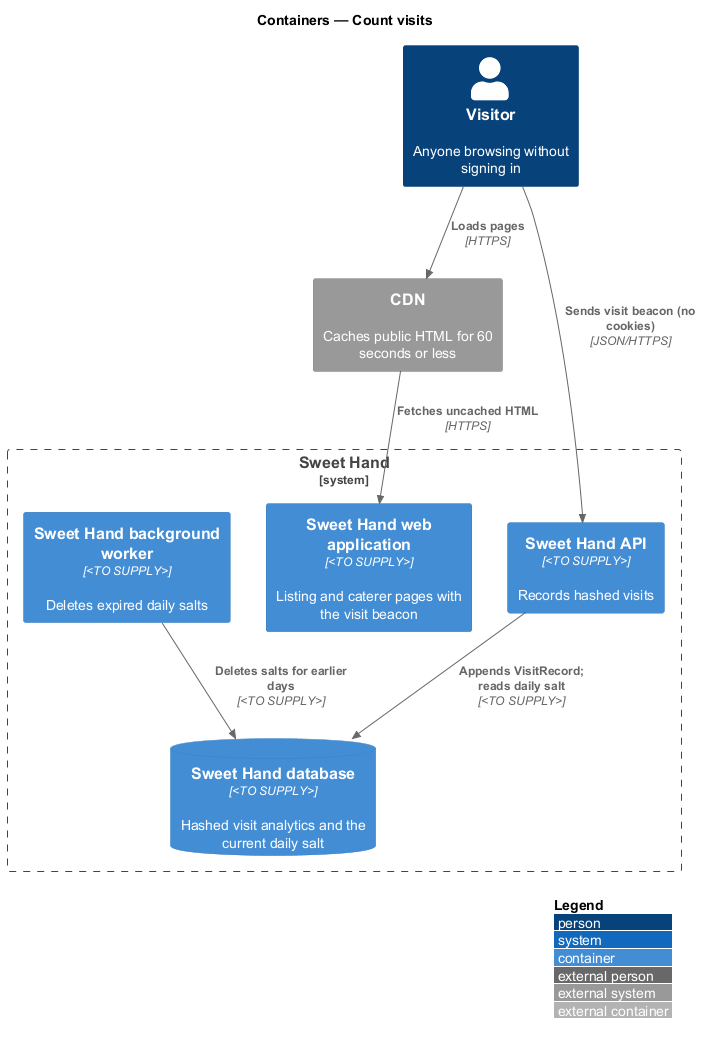
Before: docs/detailed-designs/metrics/count-visits/diagrams/c4-container.png, a diagram exported from PlantUML (QuinntyneBrown/sweet-hand). Its diagram source:
```plantuml
@startuml
!include <C4/C4_Container>
LAYOUT_WITH_LEGEND()
title Containers — Count visits

Person(visitor, "Visitor", "Anyone browsing without signing in")
System_Ext(cdn, "CDN", "Caches public HTML for 60 seconds or less")
System_Boundary(sweethand, "Sweet Hand") {
  Container(web, "Sweet Hand web application", "<TO SUPPLY>", "Listing and caterer pages with the visit beacon")
  Container(api, "Sweet Hand API", "<TO SUPPLY>", "Records hashed visits")
  ContainerDb(db, "Sweet Hand database", "<TO SUPPLY>", "Hashed visit analytics and the current daily salt")
  Container(worker, "Sweet Hand background worker", "<TO SUPPLY>", "Deletes expired daily salts")
}
Rel(visitor, cdn, "Loads pages", "HTTPS")
Rel(cdn, web, "Fetches uncached HTML", "HTTPS")
Rel(visitor, api, "Sends visit beacon (no cookies)", "JSON/HTTPS")
Rel(api, db, "Appends VisitRecord; reads daily salt", "<TO SUPPLY>")
Rel(worker, db, "Deletes salts for earlier days", "<TO SUPPLY>")
@enduml
```
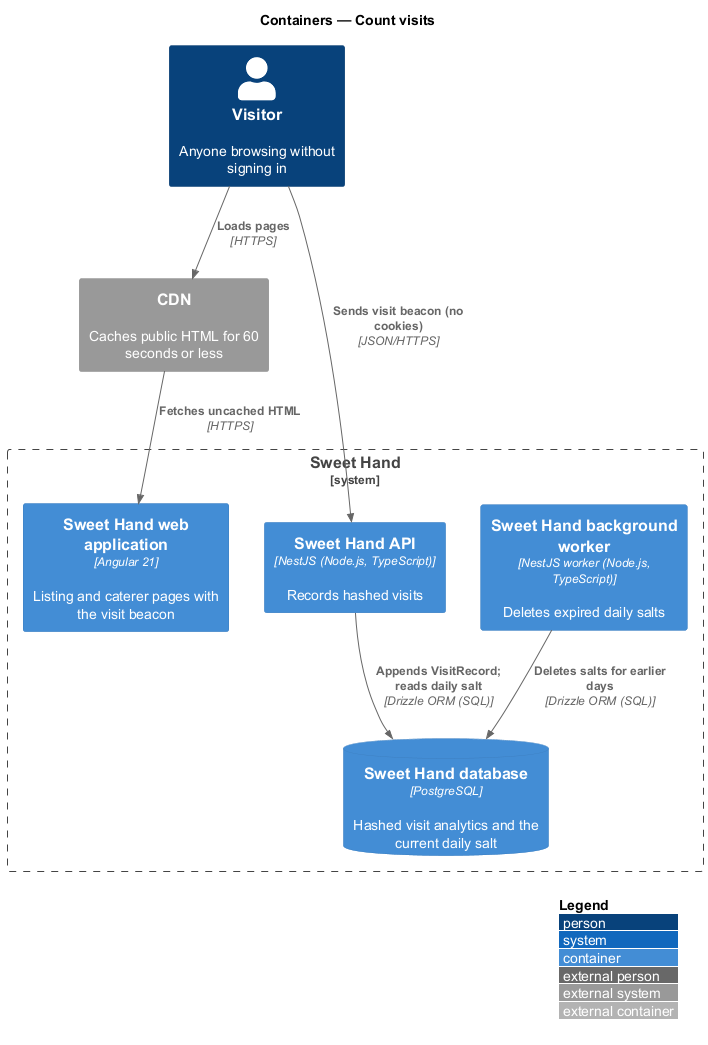
Later version of the same file.

What changed in the source:
```diff
@@ -6,14 +6,14 @@
 Person(visitor, "Visitor", "Anyone browsing without signing in")
 System_Ext(cdn, "CDN", "Caches public HTML for 60 seconds or less")
 System_Boundary(sweethand, "Sweet Hand") {
-  Container(web, "Sweet Hand web application", "<TO SUPPLY>", "Listing and caterer pages with the visit beacon")
-  Container(api, "Sweet Hand API", "<TO SUPPLY>", "Records hashed visits")
-  ContainerDb(db, "Sweet Hand database", "<TO SUPPLY>", "Hashed visit analytics and the current daily salt")
-  Container(worker, "Sweet Hand background worker", "<TO SUPPLY>", "Deletes expired daily salts")
+  Container(web, "Sweet Hand web application", "Angular 21", "Listing and caterer pages with the visit beacon")
+  Container(api, "Sweet Hand API", "NestJS (Node.js, TypeScript)", "Records hashed visits")
+  ContainerDb(db, "Sweet Hand database", "PostgreSQL", "Hashed visit analytics and the current daily salt")
+  Container(worker, "Sweet Hand background worker", "NestJS worker (Node.js, TypeScript)", "Deletes expired daily salts")
 }
 Rel(visitor, cdn, "Loads pages", "HTTPS")
 Rel(cdn, web, "Fetches uncached HTML", "HTTPS")
 Rel(visitor, api, "Sends visit beacon (no cookies)", "JSON/HTTPS")
-Rel(api, db, "Appends VisitRecord; reads daily salt", "<TO SUPPLY>")
-Rel(worker, db, "Deletes salts for earlier days", "<TO SUPPLY>")
+Rel(api, db, "Appends VisitRecord; reads daily salt", "Drizzle ORM (SQL)")
+Rel(worker, db, "Deletes salts for earlier days", "Drizzle ORM (SQL)")
 @enduml
```
